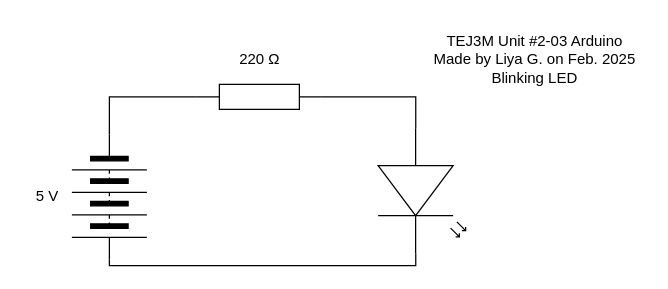
Earlier version of the draw.io diagram schematic_diagram.drawio (Liya-Getachew/TEJ3M-Unit-2-03-Arduino). Source tidied: cells renumbered, new cells numbered last; positions are measured from the earlier drawing's top-left corner, leaving out a move shared by most shapes. Both pictures are drawn from the tidied source at 125%, with x=0, y=0 at pixel (21, 21).
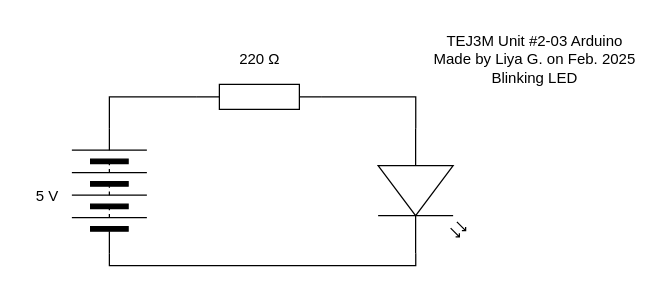
The same diagram, later.

Commit message (it also covers changes not shown here):
schematic diagram

What changed in the source:
```diff
@@
 <mxGraphModel>
   <root>
     <mxCell id="0" />
     <mxCell id="1" parent="0" />
     <mxCell id="2" style="verticalLabelPosition=bottom;shadow=0;dashed=0;align=center;html=1;verticalAlign=top;shape=mxgraph.electrical.resistors.resistor_1;" parent="1" vertex="1">
       <mxGeometry x="140" y="50" width="100" height="20" as="geometry" />
     </mxCell>
-    <mxCell id="3" style="verticalLabelPosition=bottom;shadow=0;dashed=0;align=center;html=1;verticalAlign=top;shape=mxgraph.electrical.miscellaneous.batteryStack;rotation=90;" parent="1" vertex="1">
-      <mxGeometry x="20" y="110" width="100" height="60" as="geometry" />
+    <mxCell id="3" style="verticalLabelPosition=bottom;shadow=0;dashed=0;align=center;html=1;verticalAlign=top;shape=mxgraph.electrical.miscellaneous.batteryStack;rotation=-90;" parent="1" vertex="1">
+      <mxGeometry x="20" y="105" width="100" height="60" as="geometry" />
     </mxCell>
     <mxCell id="4" style="verticalLabelPosition=bottom;shadow=0;dashed=0;align=center;html=1;verticalAlign=top;shape=mxgraph.electrical.opto_electronics.led_2;rotation=90;" parent="1" vertex="1">
       <mxGeometry x="270" y="100" width="100" height="70" as="geometry" />
     </mxCell>
     <mxCell id="5" style="edgeStyle=orthogonalEdgeStyle;html=1;entryX=0;entryY=0.5;entryDx=0;entryDy=0;entryPerimeter=0;rounded=0;curved=0;endArrow=none;endFill=0;" parent="1" edge="1" source="3" target="2">
       <mxGeometry relative="1" as="geometry">
         <Array as="points">
           <mxPoint x="70" y="60" />
         </Array>
       </mxGeometry>
     </mxCell>
     <mxCell id="6" style="edgeStyle=orthogonalEdgeStyle;html=1;entryX=0;entryY=0.57;entryDx=0;entryDy=0;entryPerimeter=0;rounded=0;curved=0;endArrow=none;endFill=0;" parent="1" edge="1" source="2" target="4">
       <mxGeometry relative="1" as="geometry" />
     </mxCell>
     <mxCell id="7" value="&lt;div&gt;&lt;font color=&quot;#000000&quot;&gt;&lt;span style=&quot;font-size: 12px;&quot;&gt;TEJ3M Unit #2-03 Arduino&lt;/span&gt;&lt;/font&gt;&lt;/div&gt;&lt;div&gt;&lt;font color=&quot;#000000&quot;&gt;&lt;span style=&quot;font-size: 12px;&quot;&gt;Made by Liya G. on Feb. 2025&lt;/span&gt;&lt;/font&gt;&lt;/div&gt;&lt;div&gt;&lt;font color=&quot;#000000&quot;&gt;&lt;span style=&quot;font-size: 12px;&quot;&gt;Blinking LED&lt;/span&gt;&lt;/font&gt;&lt;/div&gt;" style="text;html=1;align=center;verticalAlign=middle;strokeColor=none;fillColor=none;" parent="1" vertex="1">
       <mxGeometry x="320" width="180" height="60" as="geometry" />
     </mxCell>
     <mxCell id="8" value="220&amp;nbsp;Ω" style="text;html=1;align=center;verticalAlign=middle;strokeColor=none;fillColor=none;" parent="1" vertex="1">
       <mxGeometry x="160" y="15" width="60" height="30" as="geometry" />
     </mxCell>
     <mxCell id="9" value="5 V" style="text;html=1;align=center;verticalAlign=middle;strokeColor=none;fillColor=none;" parent="1" vertex="1">
       <mxGeometry y="125" width="40" height="30" as="geometry" />
     </mxCell>
     <mxCell id="10" style="edgeStyle=orthogonalEdgeStyle;html=1;entryX=1;entryY=0.57;entryDx=0;entryDy=0;entryPerimeter=0;rounded=0;endArrow=none;endFill=0;" parent="1" edge="1" source="3" target="4">
       <mxGeometry relative="1" as="geometry">
         <Array as="points">
           <mxPoint x="70" y="195" />
           <mxPoint x="315" y="195" />
         </Array>
       </mxGeometry>
     </mxCell>
   </root>
 </mxGraphModel>
```
